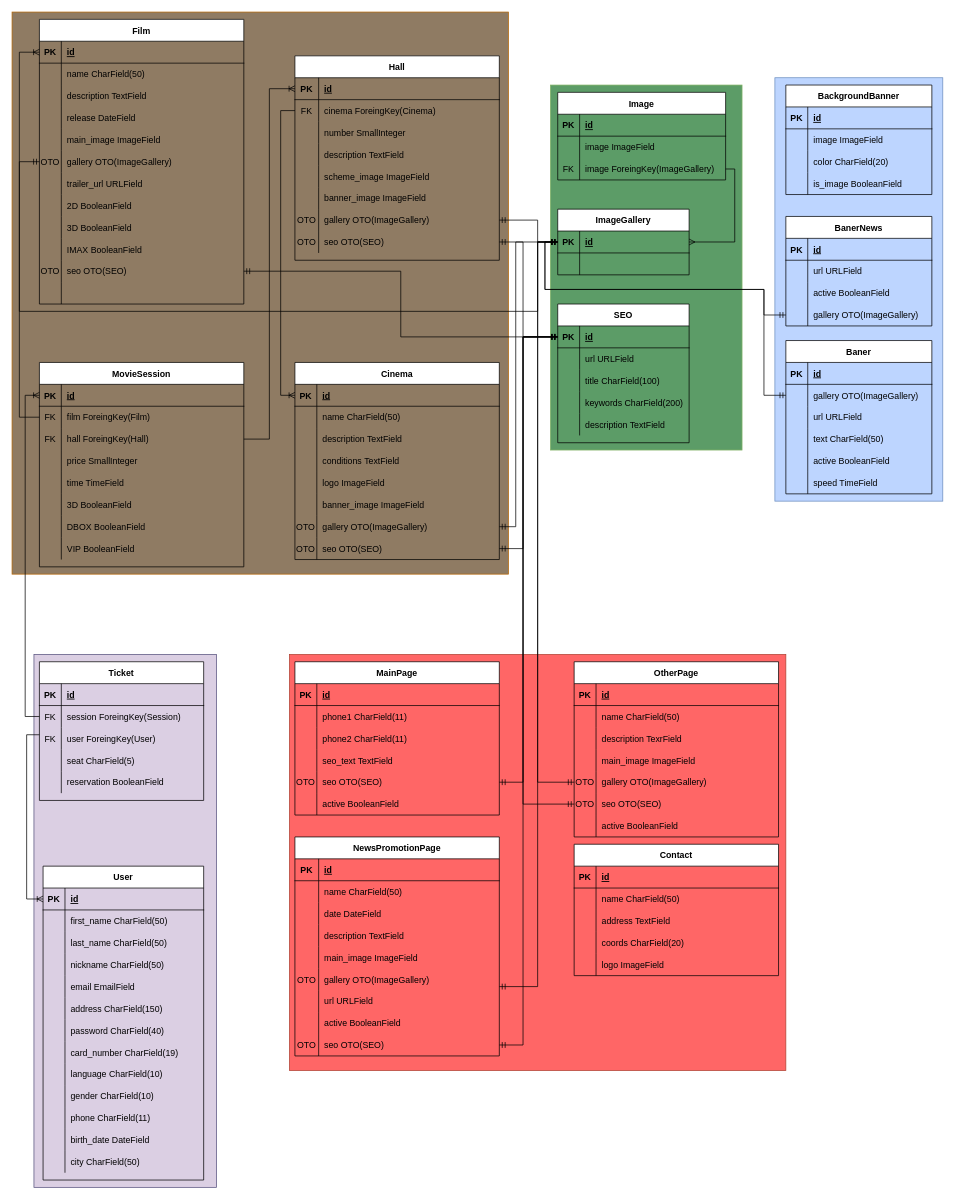
The draw.io diagram KinoCMS.drawio in yakovmiroshnichenko/KinoCMS, before the edit. Source tidied: cells renumbered, new cells numbered last; positions are measured from the earlier drawing's top-left corner, leaving out a move shared by most shapes. Both pictures are drawn from the tidied source at 73%, with x=0, y=0 at pixel (12, 12).
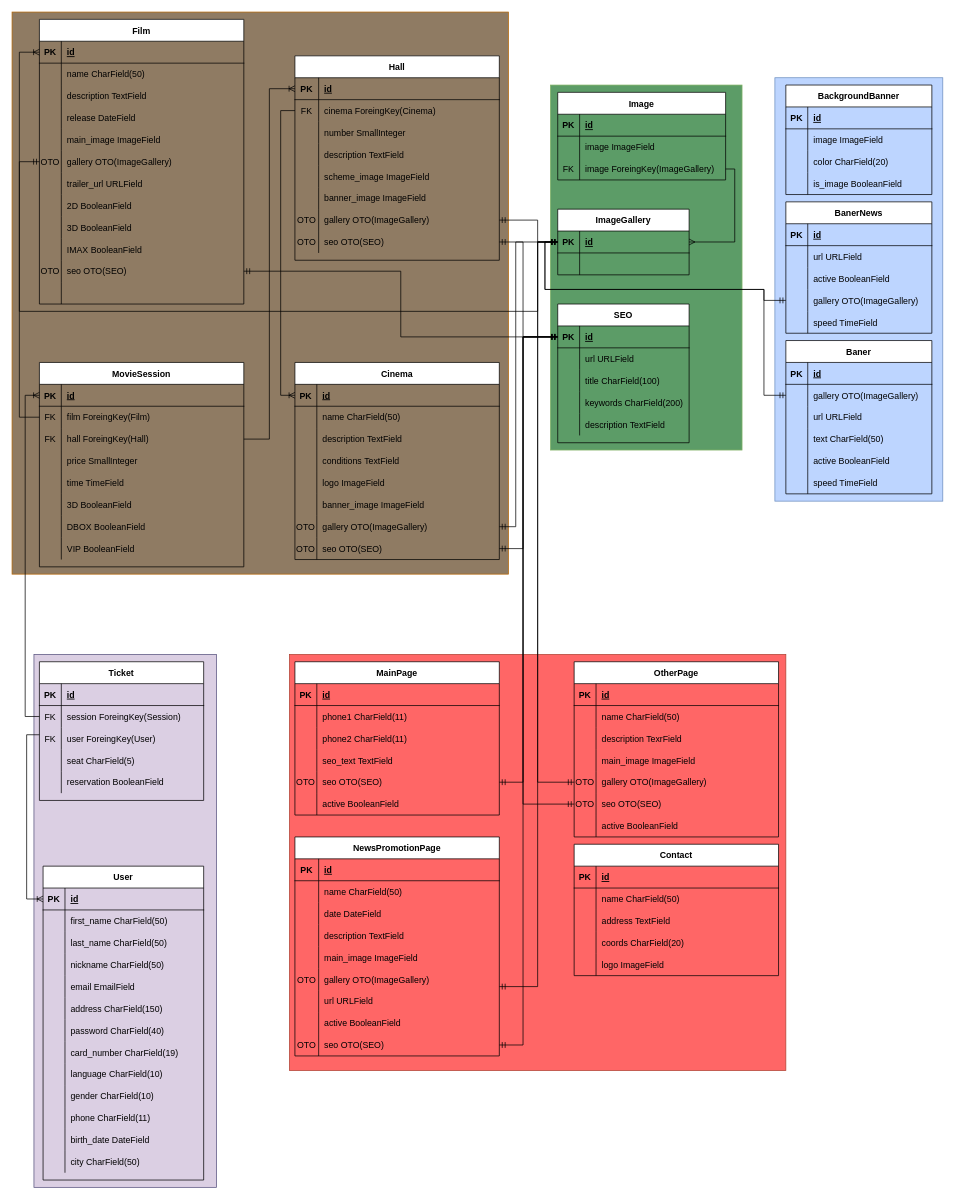
The same diagram, later.

Unchanged cells that the change refers to:
```xml
<mxCell id="180" value="ImageGallery" style="shape=table;startSize=30;childLayout=tableLayout;rowLines=0;fontStyle=1;align=center;fillColor=#FFFFFF;" parent="1" vertex="1">
  <mxGeometry x="747.5" y="270" width="180" height="90" as="geometry" />
</mxCell>
<mxCell id="181" style="shape=tableRow;horizontal=0;startSize=0;swimlaneHead=0;swimlaneBody=0;fillColor=none;points=[[0,0.5],[1,0.5]];portConstraint=eastwest;top=0;left=0;right=0;bottom=1;" parent="180" vertex="1">
  <mxGeometry y="30" width="180" height="30" as="geometry" />
</mxCell>
<mxCell id="251" style="shape=tableRow;horizontal=0;startSize=0;swimlaneHead=0;swimlaneBody=0;fillColor=none;points=[[0,0.5],[1,0.5]];portConstraint=eastwest;top=0;left=0;right=0;bottom=0;" parent="241" vertex="1">
  <mxGeometry y="120" width="200" height="30" as="geometry" />
</mxCell>
```

Change to the diagram source:
```diff
@@
     <mxCell id="241" value="BanerNews" style="shape=table;startSize=30;childLayout=tableLayout;rowLines=0;fontStyle=1;align=center;" parent="1" vertex="1">
-      <mxGeometry x="1060" y="280" width="200" height="150" as="geometry" />
+      <mxGeometry x="1060" y="260" width="200" height="180" as="geometry" />
     </mxCell>
@@
+    <mxCell id="359" style="shape=tableRow;horizontal=0;startSize=0;swimlaneHead=0;swimlaneBody=0;fillColor=none;top=0;left=0;right=0;bottom=0;" parent="241" vertex="1">
+      <mxGeometry y="150" width="200" height="30" as="geometry" />
+    </mxCell>
+    <mxCell id="360" style="shape=partialRectangle;fillColor=none;top=0;left=0;bottom=0;right=0;overflow=hidden;" parent="359" vertex="1">
+      <mxGeometry width="30" height="30" as="geometry" />
+    </mxCell>
+    <mxCell id="361" value="speed TimeField" style="shape=partialRectangle;fillColor=none;top=0;left=0;bottom=0;right=0;align=left;spacingLeft=6;overflow=hidden;" parent="359" vertex="1">
+      <mxGeometry x="30" width="170" height="30" as="geometry" />
+    </mxCell>
@@
-    <mxCell id="357" style="edgeStyle=orthogonalEdgeStyle;rounded=0;jettySize=auto;html=1;endArrow=ERmandOne;endFill=0;startArrow=ERmandOne;startFill=0;exitX=0;exitY=0.5;exitDx=0;exitDy=0;" parent="1" edge="1" source="251" target="180">
-      <mxGeometry relative="1" as="geometry">
-        <Array as="points">
-          <mxPoint x="1030" y="415" />
-          <mxPoint x="1030" y="380" />
-          <mxPoint x="730" y="380" />
-          <mxPoint x="730" y="315" />
-        </Array>
-      </mxGeometry>
-    </mxCell>
@@
+    <mxCell id="362" style="shape=tableRow;horizontal=0;startSize=0;swimlaneHead=0;swimlaneBody=0;fillColor=none;top=0;left=0;right=0;bottom=0;" parent="1" vertex="1">
+      <mxGeometry x="1260" y="490" width="200" height="30" as="geometry" />
+    </mxCell>
+    <mxCell id="363" style="shape=partialRectangle;fillColor=none;top=0;left=0;bottom=0;right=0;overflow=hidden;" parent="362" vertex="1">
+      <mxGeometry width="30" height="30" as="geometry" />
+    </mxCell>
+    <mxCell id="364" style="edgeStyle=orthogonalEdgeStyle;rounded=0;jettySize=auto;html=1;entryX=0;entryY=0.5;entryDx=0;entryDy=0;exitX=0;exitY=0.5;exitDx=0;exitDy=0;endArrow=none;endFill=0;startArrow=ERmandOne;startFill=0;" parent="1" edge="1" source="251" target="181">
+      <mxGeometry relative="1" as="geometry">
+        <Array as="points">
+          <mxPoint x="1030" y="395" />
+          <mxPoint x="1030" y="380" />
+          <mxPoint x="730" y="380" />
+          <mxPoint x="730" y="315" />
+        </Array>
+      </mxGeometry>
+    </mxCell>
```
